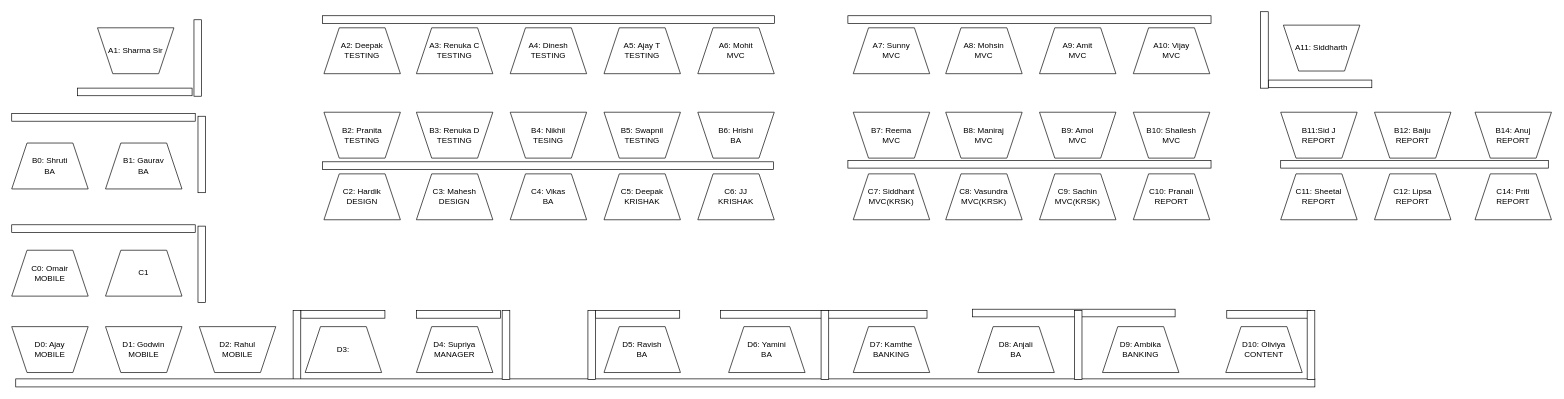
ajaybhanushalid2k/wireframes keeps this draw.io diagram as HO_605.drawio. Above is the earlier version. Source tidied: cells renumbered, new cells numbered last; positions are measured from the earlier drawing's top-left corner, leaving out a move shared by most shapes. Both pictures are drawn from the tidied source at 67%, with x=0, y=0 at pixel (11, 11).
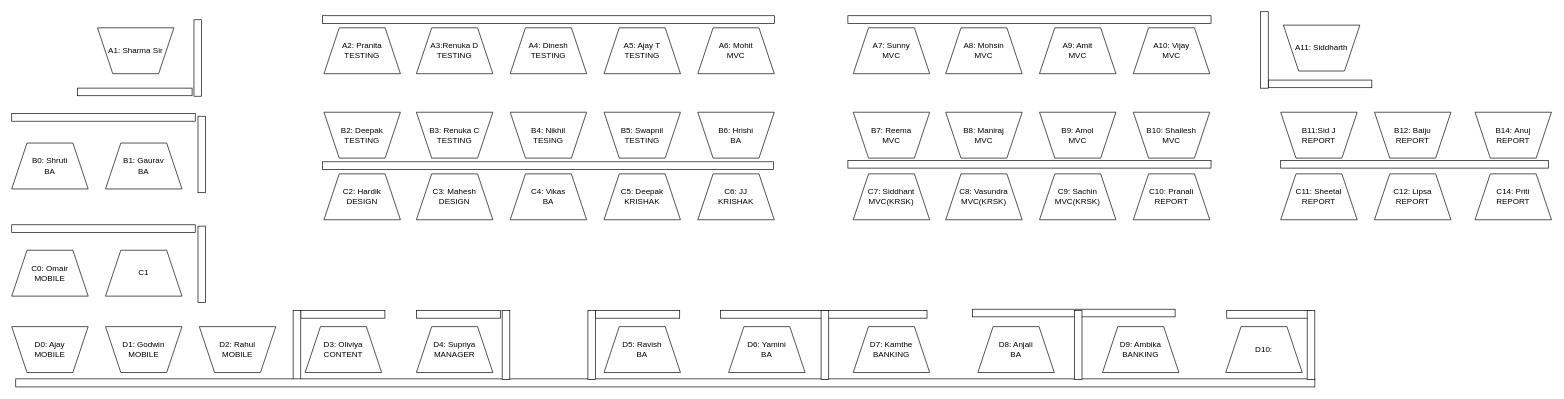
After the change.

Diff of the diagram source:
```diff
@@
-    <mxCell id="7" value="D3:" style="shape=trapezoid;perimeter=trapezoidPerimeter;whiteSpace=wrap;html=1;direction=east;rotation=0;" parent="1" vertex="1">
+    <mxCell id="7" value="D3:&amp;nbsp;Oliviya&lt;br&gt;CONTENT" style="shape=trapezoid;perimeter=trapezoidPerimeter;whiteSpace=wrap;html=1;direction=east;rotation=0;" parent="1" vertex="1">
       <mxGeometry x="438" y="470" width="114.1" height="68.5" as="geometry" />
     </mxCell>
@@
-    <mxCell id="14" value="D10:&amp;nbsp;Oliviya&lt;br&gt;CONTENT" style="shape=trapezoid;perimeter=trapezoidPerimeter;whiteSpace=wrap;html=1;direction=east;rotation=0;" parent="1" vertex="1">
+    <mxCell id="14" value="D10:" style="shape=trapezoid;perimeter=trapezoidPerimeter;whiteSpace=wrap;html=1;direction=east;rotation=0;" parent="1" vertex="1">
       <mxGeometry x="1812" y="470" width="114.1" height="68.5" as="geometry" />
     </mxCell>
@@
-    <mxCell id="23" value="A2: Deepak&lt;br&gt;TESTING" style="shape=trapezoid;perimeter=trapezoidPerimeter;whiteSpace=wrap;html=1;direction=east;rotation=0;" parent="1" vertex="1">
+    <mxCell id="23" value="A2:&amp;nbsp;Pranita&lt;br&gt;TESTING" style="shape=trapezoid;perimeter=trapezoidPerimeter;whiteSpace=wrap;html=1;direction=east;rotation=0;" parent="1" vertex="1">
       <mxGeometry x="466" y="24" width="114.1" height="68.5" as="geometry" />
     </mxCell>
-    <mxCell id="24" value="A3: Renuka C&lt;br&gt;TESTING" style="shape=trapezoid;perimeter=trapezoidPerimeter;whiteSpace=wrap;html=1;direction=east;rotation=0;" parent="1" vertex="1">
+    <mxCell id="24" value="A3:Renuka D&lt;br&gt;TESTING" style="shape=trapezoid;perimeter=trapezoidPerimeter;whiteSpace=wrap;html=1;direction=east;rotation=0;" parent="1" vertex="1">
       <mxGeometry x="604" y="24" width="114.1" height="68.5" as="geometry" />
     </mxCell>
@@
-    <mxCell id="28" value="B2: Pranita&lt;br&gt;TESTING" style="shape=trapezoid;perimeter=trapezoidPerimeter;whiteSpace=wrap;html=1;direction=west;rotation=0;" parent="1" vertex="1">
+    <mxCell id="28" value="B2:&amp;nbsp;Deepak&lt;br&gt;TESTING" style="shape=trapezoid;perimeter=trapezoidPerimeter;whiteSpace=wrap;html=1;direction=west;rotation=0;" parent="1" vertex="1">
       <mxGeometry x="466" y="150" width="114.1" height="68.5" as="geometry" />
     </mxCell>
-    <mxCell id="29" value="B3: Renuka D&lt;br&gt;TESTING" style="shape=trapezoid;perimeter=trapezoidPerimeter;whiteSpace=wrap;html=1;direction=west;rotation=0;" parent="1" vertex="1">
+    <mxCell id="29" value="B3:&amp;nbsp;Renuka C&lt;br&gt;TESTING" style="shape=trapezoid;perimeter=trapezoidPerimeter;whiteSpace=wrap;html=1;direction=west;rotation=0;" parent="1" vertex="1">
       <mxGeometry x="604" y="150" width="114.1" height="68.5" as="geometry" />
     </mxCell>
```
